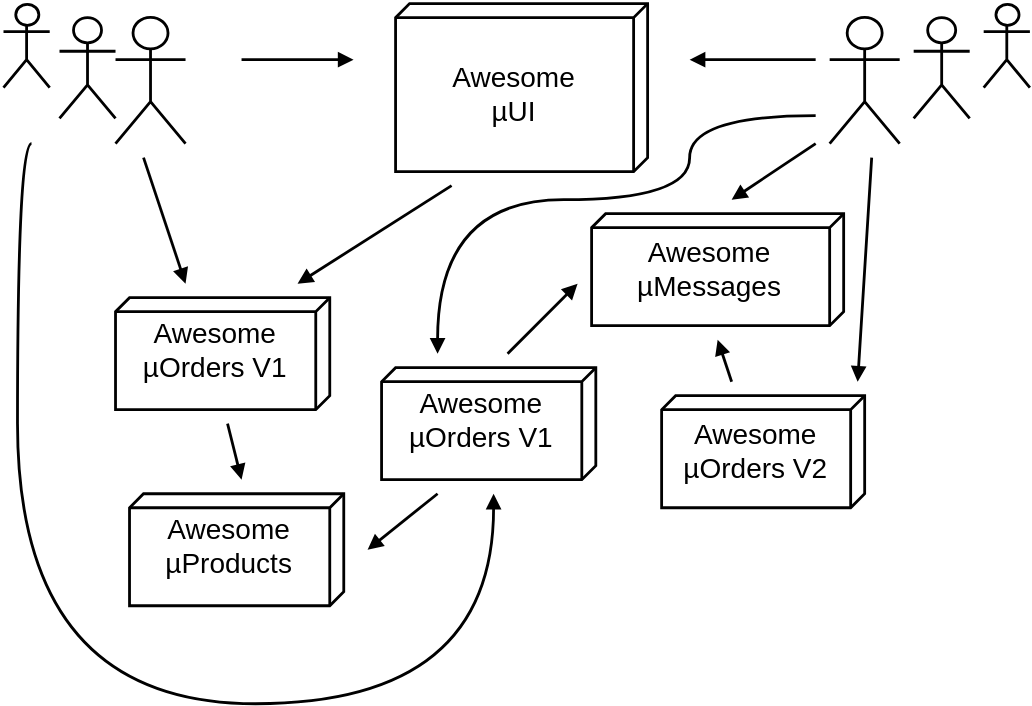
Before: docs/javaland16/images/services_micro.svg, a diagram exported from draw.io (tracee/tracee.github.io). Source tidied: cells renumbered, new cells last; positions are measured from the earlier drawing's top-left corner, leaving out a move shared by most shapes. The source it was exported from:
```xml
<mxGraphModel background="#ffffff">
  <root>
    <mxCell id="0" />
    <mxCell id="1" parent="0" />
    <mxCell id="2" style="shape=umlActor;verticalLabelPosition=bottom;labelBackgroundColor=#ffffff;verticalAlign=top;html=1;fillColor=#ffffff;strokeColor=#000000;fontSize=19;strokeWidth=2;perimeterSpacing=1;shadow=0;" parent="1" vertex="1">
      <mxGeometry x="80" y="10" width="50" height="90" as="geometry" />
    </mxCell>
    <mxCell id="3" value="Awesome&lt;br&gt;&lt;div&gt;&lt;span&gt;µ&lt;/span&gt;UI&lt;/div&gt;" style="verticalAlign=middle;align=center;spacingTop=8;spacingLeft=2;spacingRight=12;shape=cube;size=10;direction=south;fontStyle=0;html=1;fontSize=20;fillColor=#ffffff;strokeColor=#000000;strokeWidth=2;" parent="1" vertex="1">
      <mxGeometry x="280" width="180" height="120" as="geometry" />
    </mxCell>
    <mxCell id="4" style="html=1;verticalAlign=bottom;endArrow=block;strokeWidth=2;fontSize=16;" parent="1" edge="1">
      <mxGeometry relative="1" as="geometry">
        <mxPoint x="170" y="40" as="sourcePoint" />
        <mxPoint x="250" y="40" as="targetPoint" />
      </mxGeometry>
    </mxCell>
    <mxCell id="5" style="shape=umlActor;verticalLabelPosition=bottom;labelBackgroundColor=#ffffff;verticalAlign=top;html=1;fillColor=#ffffff;strokeColor=#000000;fontSize=19;strokeWidth=2;perimeterSpacing=1;shadow=0;" parent="1" vertex="1">
      <mxGeometry x="590" y="10" width="50" height="90" as="geometry" />
    </mxCell>
    <mxCell id="6" style="html=1;verticalAlign=bottom;endArrow=none;strokeWidth=2;fontSize=16;startArrow=block;startFill=1;endFill=0;" parent="1" edge="1">
      <mxGeometry x="510" y="140" as="geometry">
        <mxPoint x="490" y="40" as="sourcePoint" />
        <mxPoint x="580" y="40" as="targetPoint" />
      </mxGeometry>
    </mxCell>
    <mxCell id="7" style="shape=umlActor;verticalLabelPosition=bottom;labelBackgroundColor=#ffffff;verticalAlign=top;html=1;fillColor=#ffffff;strokeColor=#000000;fontSize=19;strokeWidth=2;perimeterSpacing=1;shadow=0;" parent="1" vertex="1">
      <mxGeometry x="40" y="10" width="40" height="72" as="geometry" />
    </mxCell>
    <mxCell id="8" style="shape=umlActor;verticalLabelPosition=bottom;labelBackgroundColor=#ffffff;verticalAlign=top;html=1;fillColor=#ffffff;strokeColor=#000000;fontSize=19;strokeWidth=2;perimeterSpacing=1;shadow=0;" parent="1" vertex="1">
      <mxGeometry width="33" height="60" as="geometry" />
    </mxCell>
    <mxCell id="9" style="shape=umlActor;verticalLabelPosition=bottom;labelBackgroundColor=#ffffff;verticalAlign=top;html=1;fillColor=#ffffff;strokeColor=#000000;fontSize=19;strokeWidth=2;perimeterSpacing=1;shadow=0;" parent="1" vertex="1">
      <mxGeometry x="650" y="10" width="40" height="72" as="geometry" />
    </mxCell>
    <mxCell id="10" style="shape=umlActor;verticalLabelPosition=bottom;labelBackgroundColor=#ffffff;verticalAlign=top;html=1;fillColor=#ffffff;strokeColor=#000000;fontSize=19;strokeWidth=2;perimeterSpacing=1;shadow=0;" parent="1" vertex="1">
      <mxGeometry x="700" width="33" height="60" as="geometry" />
    </mxCell>
    <mxCell id="11" value="Awesome&lt;br&gt;&lt;div&gt;&lt;span&gt;µ&lt;/span&gt;Messages&lt;/div&gt;" style="verticalAlign=top;align=center;spacingTop=8;spacingLeft=2;spacingRight=12;shape=cube;size=10;direction=south;fontStyle=0;html=1;fontSize=20;fillColor=#ffffff;strokeColor=#000000;strokeWidth=2;" parent="1" vertex="1">
      <mxGeometry x="420" y="150" width="180" height="80" as="geometry" />
    </mxCell>
    <mxCell id="12" style="html=1;verticalAlign=bottom;endArrow=block;strokeWidth=2;fontSize=16;" parent="1" edge="1">
      <mxGeometry x="170" y="270" as="geometry">
        <mxPoint x="320" y="130" as="sourcePoint" />
        <mxPoint x="210" y="200" as="targetPoint" />
      </mxGeometry>
    </mxCell>
    <mxCell id="13" value="Awesome&lt;br&gt;&lt;div&gt;&lt;span&gt;µ&lt;/span&gt;Orders V2&lt;/div&gt;" style="verticalAlign=top;align=center;spacingTop=8;spacingLeft=2;spacingRight=12;shape=cube;size=10;direction=south;fontStyle=0;html=1;fontSize=20;fillColor=#ffffff;strokeColor=#000000;strokeWidth=2;" parent="1" vertex="1">
      <mxGeometry x="470" y="280" width="145" height="80" as="geometry" />
    </mxCell>
    <mxCell id="14" value="Awesome&lt;br&gt;&lt;div&gt;&lt;span&gt;µ&lt;/span&gt;Orders V1&lt;/div&gt;" style="verticalAlign=top;align=center;spacingTop=8;spacingLeft=2;spacingRight=12;shape=cube;size=10;direction=south;fontStyle=0;html=1;fontSize=20;fillColor=#ffffff;strokeColor=#000000;strokeWidth=2;" parent="1" vertex="1">
      <mxGeometry x="270" y="260" width="153" height="80" as="geometry" />
    </mxCell>
    <mxCell id="15" value="Awesome&lt;br&gt;&lt;div&gt;&lt;span&gt;µ&lt;/span&gt;Orders V1&lt;/div&gt;" style="verticalAlign=top;align=center;spacingTop=8;spacingLeft=2;spacingRight=12;shape=cube;size=10;direction=south;fontStyle=0;html=1;fontSize=20;fillColor=#ffffff;strokeColor=#000000;strokeWidth=2;" parent="1" vertex="1">
      <mxGeometry x="80" y="210" width="153" height="80" as="geometry" />
    </mxCell>
    <mxCell id="16" value="Awesome&lt;br&gt;&lt;div&gt;&lt;span&gt;µ&lt;/span&gt;Products&lt;/div&gt;" style="verticalAlign=top;align=center;spacingTop=8;spacingLeft=2;spacingRight=12;shape=cube;size=10;direction=south;fontStyle=0;html=1;fontSize=20;fillColor=#ffffff;strokeColor=#000000;strokeWidth=2;" parent="1" vertex="1">
      <mxGeometry x="90" y="350" width="153" height="80" as="geometry" />
    </mxCell>
    <mxCell id="17" style="html=1;verticalAlign=bottom;endArrow=none;strokeWidth=2;fontSize=16;startArrow=block;startFill=1;endFill=0;" parent="1" edge="1">
      <mxGeometry x="520" y="150" as="geometry">
        <mxPoint x="520" y="140" as="sourcePoint" />
        <mxPoint x="580" y="100" as="targetPoint" />
      </mxGeometry>
    </mxCell>
    <mxCell id="18" style="html=1;verticalAlign=bottom;endArrow=none;strokeWidth=2;fontSize=16;startArrow=block;startFill=1;endFill=0;" parent="1" edge="1">
      <mxGeometry x="530" y="160" as="geometry">
        <mxPoint x="610" y="270" as="sourcePoint" />
        <mxPoint x="620" y="110" as="targetPoint" />
      </mxGeometry>
    </mxCell>
    <mxCell id="19" style="html=1;verticalAlign=bottom;endArrow=none;strokeWidth=2;fontSize=16;startArrow=block;startFill=1;endFill=0;" parent="1" edge="1">
      <mxGeometry x="530" y="160" as="geometry">
        <mxPoint x="510" y="240" as="sourcePoint" />
        <mxPoint x="520" y="270" as="targetPoint" />
      </mxGeometry>
    </mxCell>
    <mxCell id="20" style="html=1;verticalAlign=bottom;endArrow=none;strokeWidth=2;fontSize=16;startArrow=block;startFill=1;endFill=0;" parent="1" edge="1">
      <mxGeometry x="540" y="170" as="geometry">
        <mxPoint x="410" y="200" as="sourcePoint" />
        <mxPoint x="360" y="250" as="targetPoint" />
      </mxGeometry>
    </mxCell>
    <mxCell id="21" style="html=1;verticalAlign=bottom;endArrow=none;strokeWidth=2;fontSize=16;startArrow=block;startFill=1;endFill=0;" parent="1" edge="1">
      <mxGeometry x="550" y="180" as="geometry">
        <mxPoint x="260" y="390" as="sourcePoint" />
        <mxPoint x="310" y="350" as="targetPoint" />
      </mxGeometry>
    </mxCell>
    <mxCell id="22" style="html=1;verticalAlign=bottom;endArrow=none;strokeWidth=2;fontSize=16;startArrow=block;startFill=1;endFill=0;" parent="1" edge="1">
      <mxGeometry x="560" y="190" as="geometry">
        <mxPoint x="170" y="340" as="sourcePoint" />
        <mxPoint x="160" y="300" as="targetPoint" />
      </mxGeometry>
    </mxCell>
    <mxCell id="23" style="html=1;verticalAlign=bottom;endArrow=none;strokeWidth=2;fontSize=16;startArrow=block;startFill=1;endFill=0;edgeStyle=orthogonalEdgeStyle;curved=1;" parent="1" edge="1">
      <mxGeometry x="530" y="160" as="geometry">
        <mxPoint x="310" y="250" as="sourcePoint" />
        <mxPoint x="580" y="80" as="targetPoint" />
        <Array as="points">
          <mxPoint x="310" y="140" />
          <mxPoint x="490" y="140" />
          <mxPoint x="490" y="80" />
        </Array>
      </mxGeometry>
    </mxCell>
    <mxCell id="24" style="html=1;verticalAlign=bottom;endArrow=none;strokeWidth=2;fontSize=16;startArrow=block;startFill=1;endFill=0;" parent="1" edge="1">
      <mxGeometry x="570" y="200" as="geometry">
        <mxPoint x="130" y="200" as="sourcePoint" />
        <mxPoint x="100" y="110" as="targetPoint" />
      </mxGeometry>
    </mxCell>
    <mxCell id="25" style="html=1;verticalAlign=bottom;endArrow=none;strokeWidth=2;fontSize=16;startArrow=block;startFill=1;endFill=0;edgeStyle=orthogonalEdgeStyle;curved=1;" parent="1" edge="1">
      <mxGeometry x="510" y="195" as="geometry">
        <mxPoint x="350" y="350" as="sourcePoint" />
        <mxPoint x="20" y="100" as="targetPoint" />
        <Array as="points">
          <mxPoint x="350" y="500" />
          <mxPoint x="10" y="500" />
          <mxPoint x="10" y="100" />
        </Array>
      </mxGeometry>
    </mxCell>
  </root>
</mxGraphModel>
```
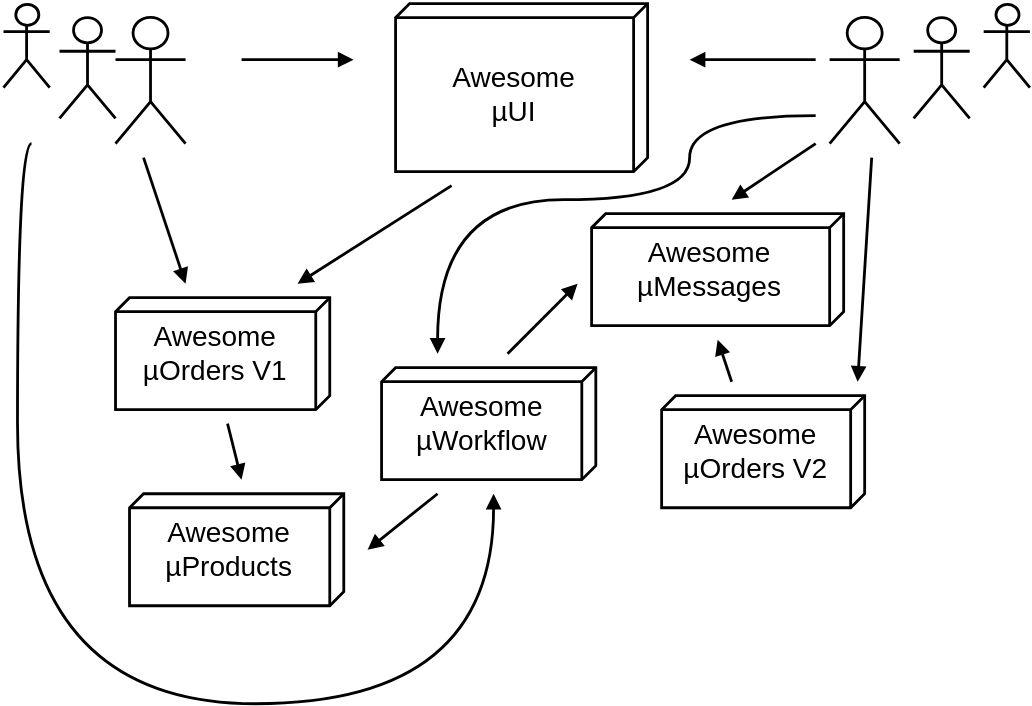
The same file after the commit.

Change to the diagram source:
```diff
@@ -47,10 +47,10 @@
     <mxCell id="13" value="Awesome&lt;br&gt;&lt;div&gt;&lt;span&gt;µ&lt;/span&gt;Orders V2&lt;/div&gt;" style="verticalAlign=top;align=center;spacingTop=8;spacingLeft=2;spacingRight=12;shape=cube;size=10;direction=south;fontStyle=0;html=1;fontSize=20;fillColor=#ffffff;strokeColor=#000000;strokeWidth=2;" parent="1" vertex="1">
       <mxGeometry x="470" y="280" width="145" height="80" as="geometry" />
     </mxCell>
-    <mxCell id="14" value="Awesome&lt;br&gt;&lt;div&gt;&lt;span&gt;µ&lt;/span&gt;Orders V1&lt;/div&gt;" style="verticalAlign=top;align=center;spacingTop=8;spacingLeft=2;spacingRight=12;shape=cube;size=10;direction=south;fontStyle=0;html=1;fontSize=20;fillColor=#ffffff;strokeColor=#000000;strokeWidth=2;" parent="1" vertex="1">
+    <mxCell id="14" value="Awesome&lt;br&gt;&lt;div&gt;&lt;span&gt;µ&lt;/span&gt;Workflow&lt;/div&gt;" style="verticalAlign=top;align=center;spacingTop=8;spacingLeft=2;spacingRight=12;shape=cube;size=10;direction=south;fontStyle=0;html=1;fontSize=20;fillColor=#ffffff;strokeColor=#000000;strokeWidth=2;" parent="1" vertex="1">
       <mxGeometry x="270" y="260" width="153" height="80" as="geometry" />
     </mxCell>
-    <mxCell id="15" value="Awesome&lt;br&gt;&lt;div&gt;&lt;span&gt;µ&lt;/span&gt;Orders V1&lt;/div&gt;" style="verticalAlign=top;align=center;spacingTop=8;spacingLeft=2;spacingRight=12;shape=cube;size=10;direction=south;fontStyle=0;html=1;fontSize=20;fillColor=#ffffff;strokeColor=#000000;strokeWidth=2;" parent="1" vertex="1">
+    <mxCell id="15" value="Awesome&lt;br&gt;&lt;div&gt;&lt;span&gt;µOrders V1&lt;/span&gt;&lt;/div&gt;" style="verticalAlign=top;align=center;spacingTop=8;spacingLeft=2;spacingRight=12;shape=cube;size=10;direction=south;fontStyle=0;html=1;fontSize=20;fillColor=#ffffff;strokeColor=#000000;strokeWidth=2;" parent="1" vertex="1">
       <mxGeometry x="80" y="210" width="153" height="80" as="geometry" />
     </mxCell>
     <mxCell id="16" value="Awesome&lt;br&gt;&lt;div&gt;&lt;span&gt;µ&lt;/span&gt;Products&lt;/div&gt;" style="verticalAlign=top;align=center;spacingTop=8;spacingLeft=2;spacingRight=12;shape=cube;size=10;direction=south;fontStyle=0;html=1;fontSize=20;fillColor=#ffffff;strokeColor=#000000;strokeWidth=2;" parent="1" vertex="1">
```
